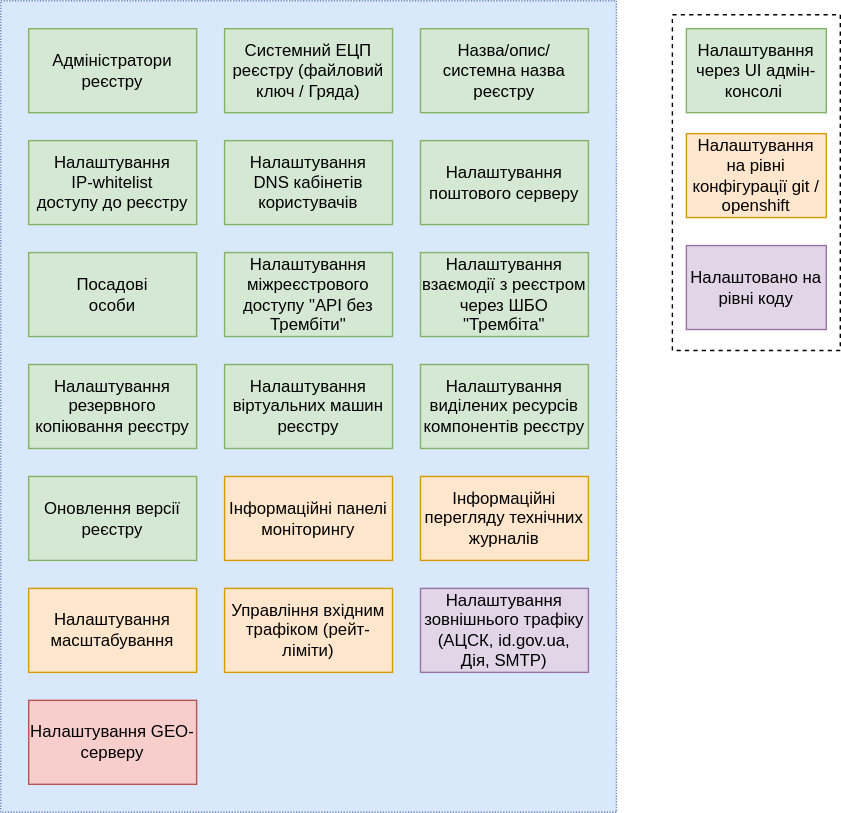
The draw.io diagram docs/ua/modules/arch/images/architecture/platform/administrative/control-plane/registry-configuration-structure.drawio.svg in epam/edp-ddm-architecture, before a commit. Source tidied: cells renumbered, new cells last; positions are measured from the earlier drawing's top-left corner, leaving out a move shared by most shapes. Source of this version:
```xml
<mxGraphModel>
  <root>
    <mxCell id="0" />
    <mxCell id="1" parent="0" />
    <mxCell id="2" style="rounded=0;whiteSpace=wrap;html=1;dashed=1;fontSize=11;" parent="1" vertex="1">
      <mxGeometry x="480" y="10" width="120" height="240" as="geometry" />
    </mxCell>
    <mxCell id="3" style="rounded=0;whiteSpace=wrap;html=1;dashed=1;dashPattern=1 1;fillColor=#dae8fc;strokeColor=#6c8ebf;labelPosition=center;verticalLabelPosition=bottom;align=center;verticalAlign=top;" parent="1" vertex="1">
      <mxGeometry width="440" height="580" as="geometry" />
    </mxCell>
    <mxCell id="4" value="Налаштування&lt;br&gt;масштабування" style="rounded=0;whiteSpace=wrap;html=1;fillColor=#ffe6cc;strokeColor=#d79b00;" parent="1" vertex="1">
      <mxGeometry x="20" y="420" width="120" height="60" as="geometry" />
    </mxCell>
    <mxCell id="5" value="Управління вхідним трафіком (рейт-ліміти)" style="rounded=0;whiteSpace=wrap;html=1;fillColor=#ffe6cc;strokeColor=#d79b00;" parent="1" vertex="1">
      <mxGeometry x="160" y="420" width="120" height="60" as="geometry" />
    </mxCell>
    <mxCell id="6" value="Системний ЕЦП реєстру (файловий ключ / Гряда)" style="rounded=0;whiteSpace=wrap;html=1;fillColor=#d5e8d4;strokeColor=#82b366;" parent="1" vertex="1">
      <mxGeometry x="160" y="20" width="120" height="60" as="geometry" />
    </mxCell>
    <mxCell id="7" value="Налаштування &lt;br&gt;DNS кабінетів користувачів" style="rounded=0;whiteSpace=wrap;html=1;fillColor=#d5e8d4;strokeColor=#82b366;" parent="1" vertex="1">
      <mxGeometry x="160" y="100" width="120" height="60" as="geometry" />
    </mxCell>
    <mxCell id="8" value="Налаштування поштового серверу" style="rounded=0;whiteSpace=wrap;html=1;fillColor=#d5e8d4;strokeColor=#82b366;" parent="1" vertex="1">
      <mxGeometry x="300" y="100" width="120" height="60" as="geometry" />
    </mxCell>
    <mxCell id="9" value="Назва/опис/системна назва реєстру" style="rounded=0;whiteSpace=wrap;html=1;fillColor=#d5e8d4;strokeColor=#82b366;" parent="1" vertex="1">
      <mxGeometry x="300" y="20" width="120" height="60" as="geometry" />
    </mxCell>
    <mxCell id="10" value="Налаштування &lt;br&gt;IP-whitelist&lt;br&gt;доступу до реєстру" style="rounded=0;whiteSpace=wrap;html=1;fillColor=#d5e8d4;strokeColor=#82b366;" parent="1" vertex="1">
      <mxGeometry x="20" y="100" width="120" height="60" as="geometry" />
    </mxCell>
    <mxCell id="11" value="Налаштування зовнішнього трафіку&lt;br&gt;(АЦСК, id.gov.ua, Дія, SMTP)" style="rounded=0;whiteSpace=wrap;html=1;fillColor=#e1d5e7;strokeColor=#9673a6;" parent="1" vertex="1">
      <mxGeometry x="300" y="420" width="120" height="60" as="geometry" />
    </mxCell>
    <mxCell id="12" value="Налаштування через UI адмін-консолі&amp;nbsp;" style="rounded=0;whiteSpace=wrap;html=1;fillColor=#d5e8d4;strokeColor=#82b366;" parent="1" vertex="1">
      <mxGeometry x="490" y="20" width="100" height="60" as="geometry" />
    </mxCell>
    <mxCell id="13" value="Налаштування на рівні конфігурації git / openshift" style="rounded=0;whiteSpace=wrap;html=1;fillColor=#ffe6cc;strokeColor=#d79b00;" parent="1" vertex="1">
      <mxGeometry x="490" y="95" width="100" height="60" as="geometry" />
    </mxCell>
    <mxCell id="14" value="Налаштовано на рівні коду" style="rounded=0;whiteSpace=wrap;html=1;fillColor=#e1d5e7;strokeColor=#9673a6;" parent="1" vertex="1">
      <mxGeometry x="490" y="175" width="100" height="60" as="geometry" />
    </mxCell>
    <mxCell id="15" value="Оновлення версії реєстру" style="rounded=0;whiteSpace=wrap;html=1;fillColor=#d5e8d4;strokeColor=#82b366;" parent="1" vertex="1">
      <mxGeometry x="20" y="340" width="120" height="60" as="geometry" />
    </mxCell>
    <mxCell id="16" value="Інформаційні панелі моніторингу" style="rounded=0;whiteSpace=wrap;html=1;fillColor=#ffe6cc;strokeColor=#d79b00;" parent="1" vertex="1">
      <mxGeometry x="160" y="340" width="120" height="60" as="geometry" />
    </mxCell>
    <mxCell id="17" value="Інформаційні перегляду технічних журналів" style="rounded=0;whiteSpace=wrap;html=1;fillColor=#ffe6cc;strokeColor=#d79b00;" parent="1" vertex="1">
      <mxGeometry x="300" y="340" width="120" height="60" as="geometry" />
    </mxCell>
    <mxCell id="18" value="Налаштування міжреєстрового доступу &quot;API без Трембіти&quot;" style="rounded=0;whiteSpace=wrap;html=1;fillColor=#d5e8d4;strokeColor=#82b366;" parent="1" vertex="1">
      <mxGeometry x="160" y="180" width="120" height="60" as="geometry" />
    </mxCell>
    <mxCell id="19" value="Адміністратори реєстру" style="rounded=0;whiteSpace=wrap;html=1;fillColor=#d5e8d4;strokeColor=#82b366;" parent="1" vertex="1">
      <mxGeometry x="20" y="20" width="120" height="60" as="geometry" />
    </mxCell>
    <mxCell id="20" value="Посадові &lt;br&gt;особи" style="rounded=0;whiteSpace=wrap;html=1;fillColor=#d5e8d4;strokeColor=#82b366;" parent="1" vertex="1">
      <mxGeometry x="20" y="180" width="120" height="60" as="geometry" />
    </mxCell>
    <mxCell id="21" value="Налаштування GEO-серверу" style="rounded=0;whiteSpace=wrap;html=1;fillColor=#f8cecc;strokeColor=#b85450;" parent="1" vertex="1">
      <mxGeometry x="20" y="500" width="120" height="60" as="geometry" />
    </mxCell>
    <mxCell id="22" value="Налаштування віртуальних машин реєстру" style="rounded=0;whiteSpace=wrap;html=1;fillColor=#d5e8d4;strokeColor=#82b366;" parent="1" vertex="1">
      <mxGeometry x="160" y="260" width="120" height="60" as="geometry" />
    </mxCell>
    <mxCell id="23" value="Налаштування резервного копіювання реєстру" style="rounded=0;whiteSpace=wrap;html=1;fillColor=#d5e8d4;strokeColor=#82b366;" parent="1" vertex="1">
      <mxGeometry x="20" y="260" width="120" height="60" as="geometry" />
    </mxCell>
    <mxCell id="24" value="Налаштування взаємодії з реєстром через ШБО &quot;Трембіта&quot;" style="rounded=0;whiteSpace=wrap;html=1;fillColor=#d5e8d4;strokeColor=#82b366;" parent="1" vertex="1">
      <mxGeometry x="300" y="180" width="120" height="60" as="geometry" />
    </mxCell>
    <mxCell id="25" value="Налаштування виділених ресурсів компонентів реєстру" style="rounded=0;whiteSpace=wrap;html=1;fillColor=#d5e8d4;strokeColor=#82b366;" parent="1" vertex="1">
      <mxGeometry x="300" y="260" width="120" height="60" as="geometry" />
    </mxCell>
  </root>
</mxGraphModel>
```
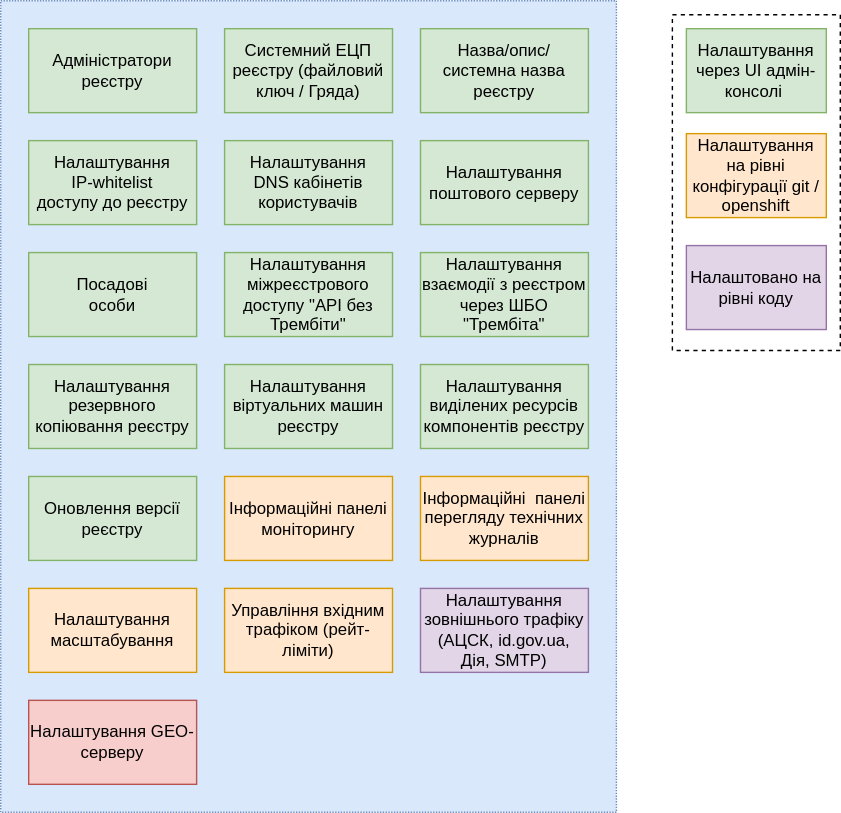
The same file after the commit.

The edit, as a diff of the source:
```diff
@@ -47,7 +47,7 @@
     <mxCell id="16" value="Інформаційні панелі моніторингу" style="rounded=0;whiteSpace=wrap;html=1;fillColor=#ffe6cc;strokeColor=#d79b00;" parent="1" vertex="1">
       <mxGeometry x="160" y="340" width="120" height="60" as="geometry" />
     </mxCell>
-    <mxCell id="17" value="Інформаційні перегляду технічних журналів" style="rounded=0;whiteSpace=wrap;html=1;fillColor=#ffe6cc;strokeColor=#d79b00;" parent="1" vertex="1">
+    <mxCell id="17" value="Інформаційні&amp;nbsp; панелі перегляду технічних журналів" style="rounded=0;whiteSpace=wrap;html=1;fillColor=#ffe6cc;strokeColor=#d79b00;" parent="1" vertex="1">
       <mxGeometry x="300" y="340" width="120" height="60" as="geometry" />
     </mxCell>
     <mxCell id="18" value="Налаштування міжреєстрового доступу &quot;API без Трембіти&quot;" style="rounded=0;whiteSpace=wrap;html=1;fillColor=#d5e8d4;strokeColor=#82b366;" parent="1" vertex="1">
```
